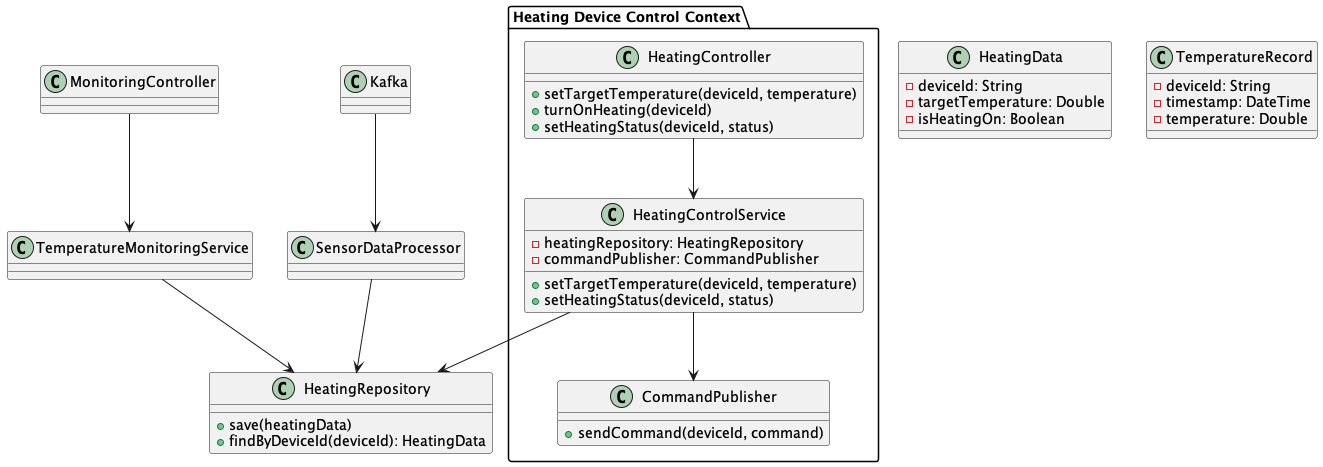
This is docs/diagrams/out/task_2/heating_service_code.png from Veles-Pan/practicum-architecture-sprint-3, a PlantUML export, as it was before one commit.
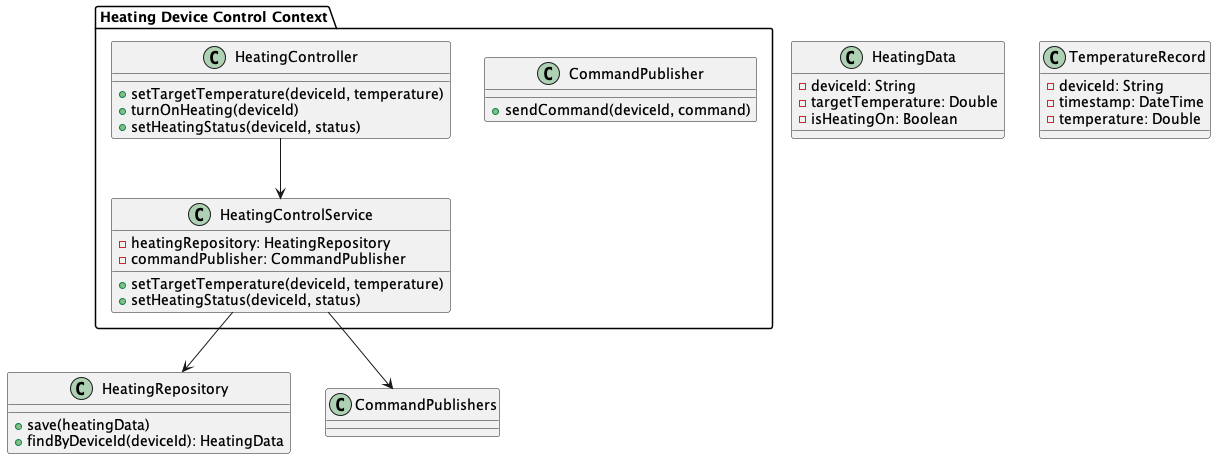
After the change.

Commit message:
fix: heating service code

What changed in the source:
```diff
@@ -37,11 +37,6 @@
 
 HeatingController --> HeatingControlService
 HeatingControlService --> HeatingRepository
-HeatingControlService --> CommandPublisher
-
-MonitoringController --> TemperatureMonitoringService
-TemperatureMonitoringService --> HeatingRepository
-SensorDataProcessor --> HeatingRepository
-Kafka --> SensorDataProcessor
+HeatingControlService --> CommandPublishers
 
 @enduml
```
